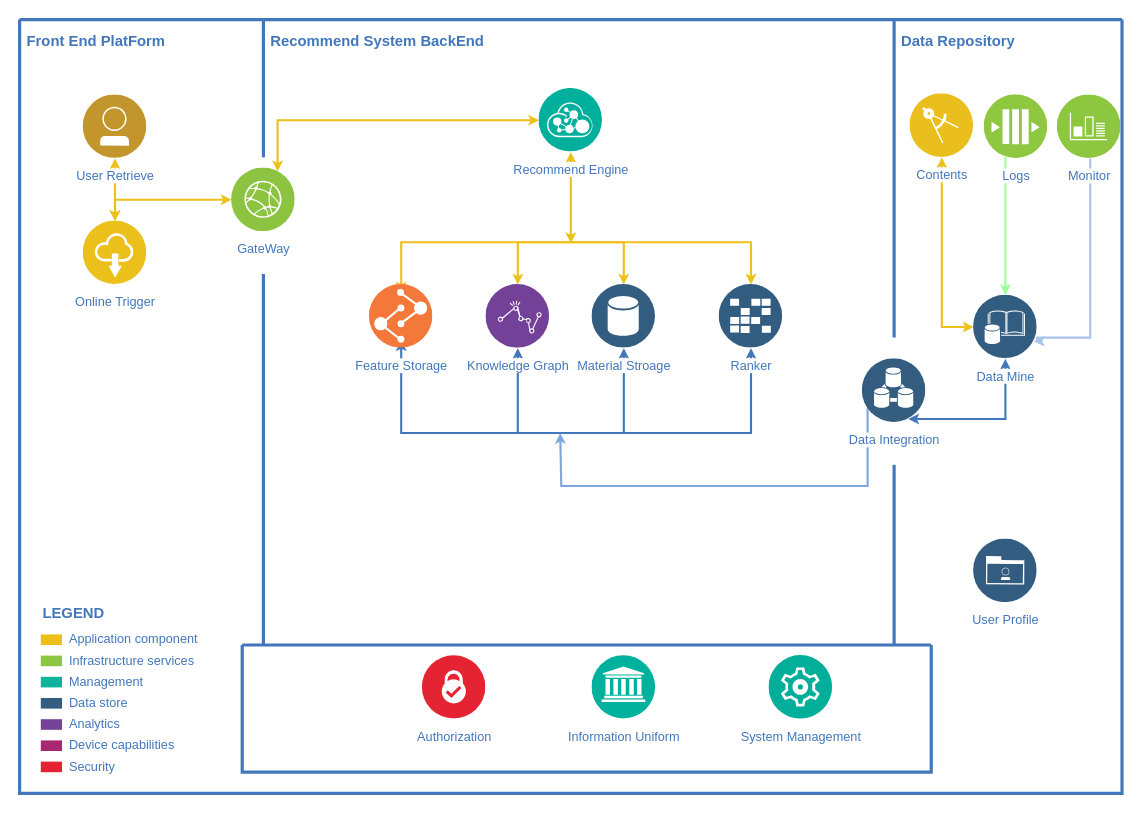
The draw.io diagram Notes/recommend-platform.drawio in sinomiko/reading, before the edit. Source tidied: cells renumbered, new cells numbered last; positions are measured from the earlier drawing's top-left corner, leaving out a move shared by most shapes. Both pictures are drawn from the tidied source at 106%, with x=0, y=0 at pixel (19, 19).
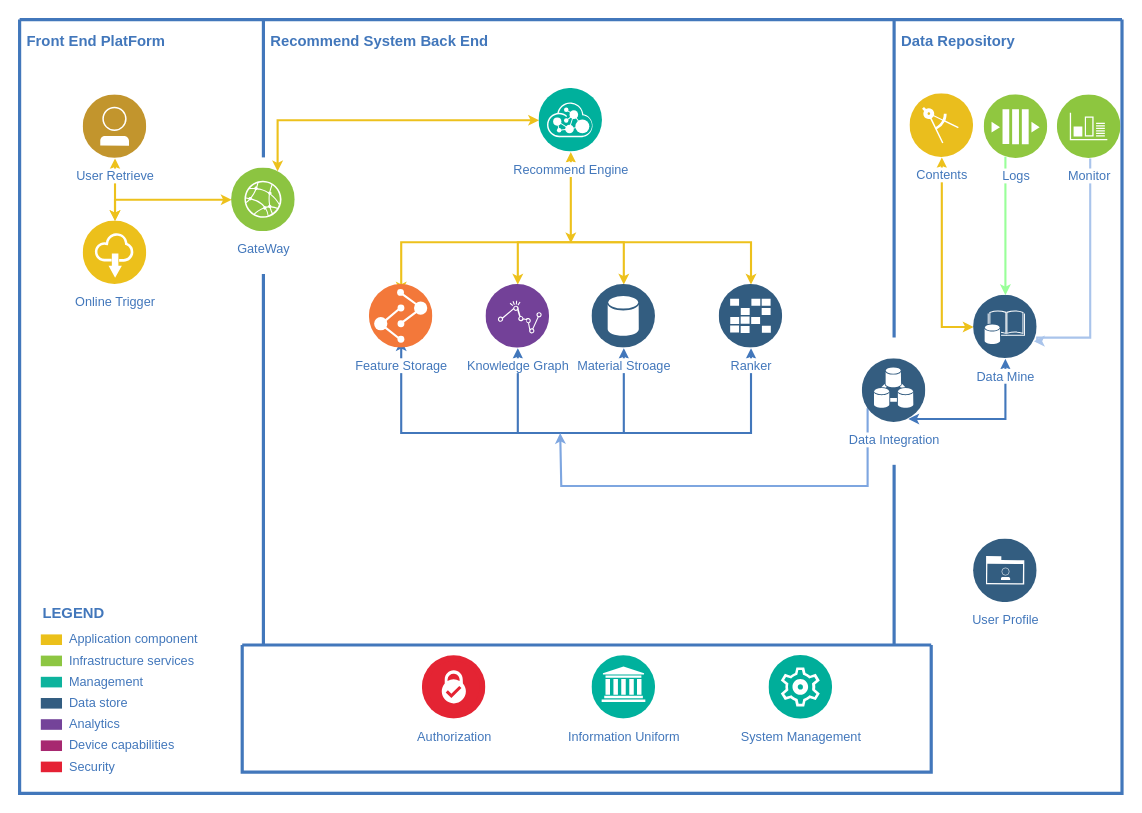
The same page after the edit.

Unchanged cells that the change refers to:
```xml
<mxCell id="2" style="swimlane;shadow=0;strokeColor=#4277BB;fillColor=#ffffff;fontColor=none;align=right;startSize=0;noLabel=1;strokeWidth=3;" parent="1" vertex="1">
  <mxGeometry width="1040" height="730" as="geometry" />
</mxCell>
```

What changed in the source:
```diff
@@
-    <mxCell id="32" value="Recommend System BackEnd" style="text;html=1;align=left;verticalAlign=middle;fontColor=#4277BB;shadow=0;dashed=0;strokeColor=none;fillColor=none;labelBackgroundColor=none;fontStyle=1;fontSize=14;spacingLeft=5;" parent="2" vertex="1">
+    <mxCell id="32" value="Recommend System Back End" style="text;html=1;align=left;verticalAlign=middle;fontColor=#4277BB;shadow=0;dashed=0;strokeColor=none;fillColor=none;labelBackgroundColor=none;fontStyle=1;fontSize=14;spacingLeft=5;" parent="2" vertex="1">
       <mxGeometry x="230" y="10" width="150" height="20" as="geometry" />
     </mxCell>
```
